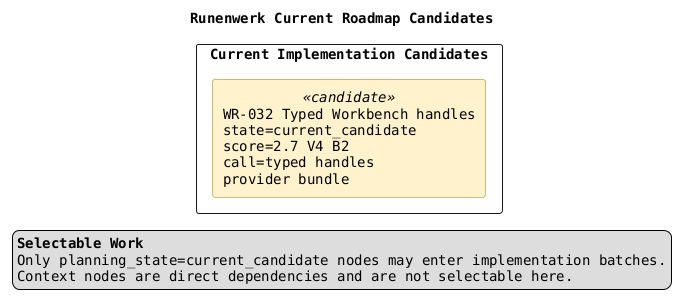
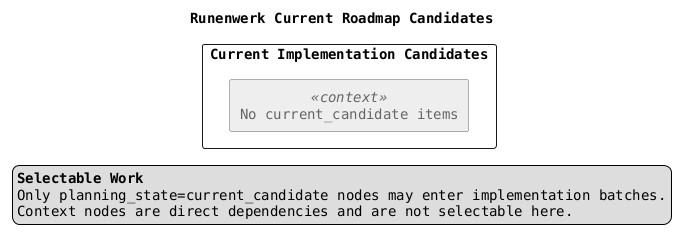
@startuml
title Runenwerk Current Roadmap Candidates

top to bottom direction
skinparam componentStyle rectangle
skinparam shadowing false
skinparam packageStyle rectangle
skinparam defaultFontName Monospaced

skinparam component {
  BackgroundColor<<candidate>> #FFF2CC
  BorderColor<<candidate>> #AA7700
  BackgroundColor<<context>> #EEEEEE
  BorderColor<<context>> #666666
  FontColor<<context>> #666666
}

legend right
  <b>Selectable Work</b>
  Only planning_state=current_candidate nodes may enter implementation batches.
  Context nodes are direct dependencies and are not selectable here.
endlegend

package "Current Implementation Candidates" {
-   component "WR-032 Typed Workbench handles\nstate=current_candidate\nscore=2.7 V4 B2\ncall=typed handles\nprovider bundle" as WBCAPHANDLE <<candidate>>
+   component "No current_candidate items" as NO_CANDIDATES <<context>>

}


@enduml
